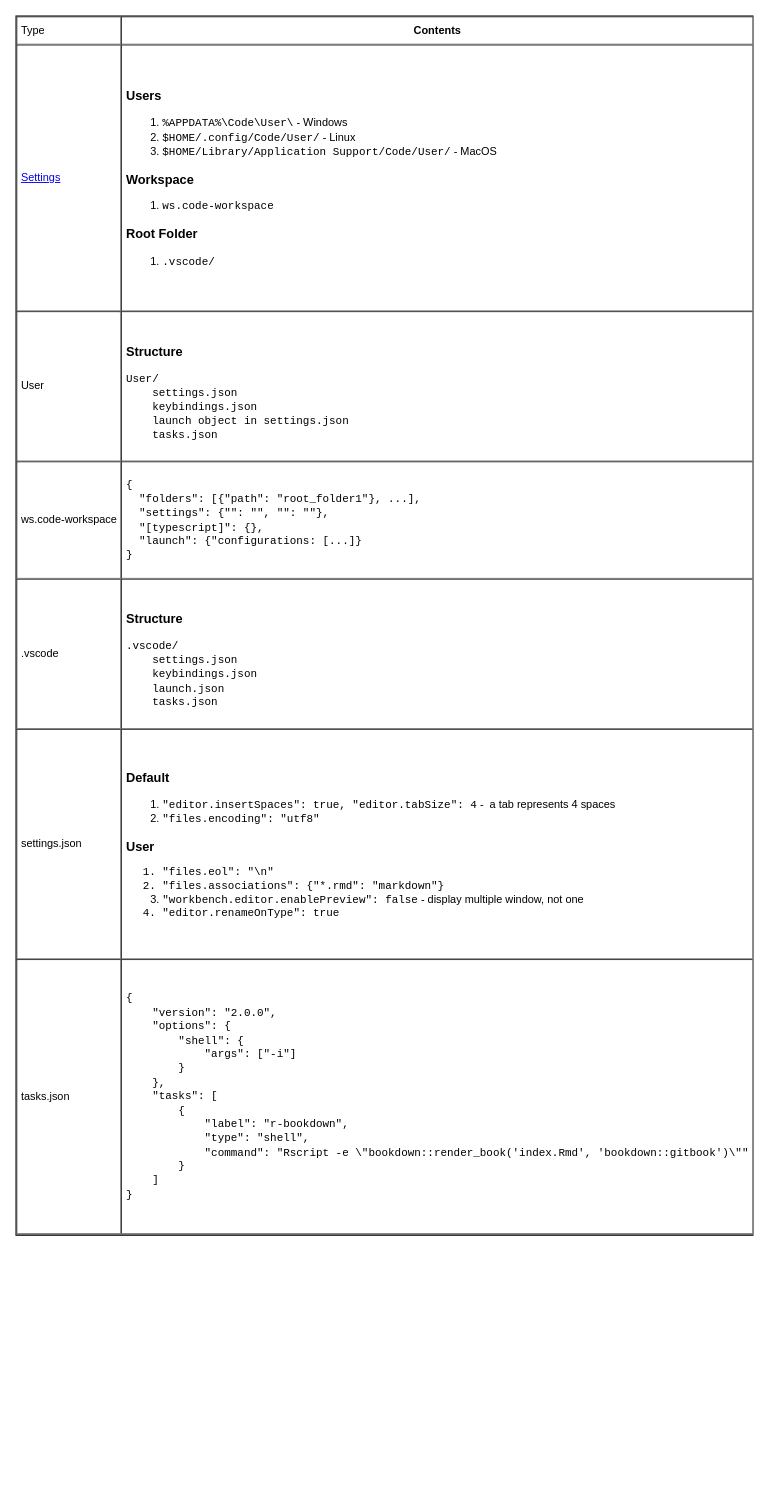
This is page "Settings" (1 of 4) of editor/vscode/vscode.drawio from yangdj/tf_docs, a draw.io file, before an edit. Source tidied: cells renumbered, new cells numbered last; positions are measured from the earlier drawing's top-left corner, leaving out a move shared by most shapes. Both pictures are drawn from the tidied source at 91%, with x=0, y=0 at pixel (15, 15).
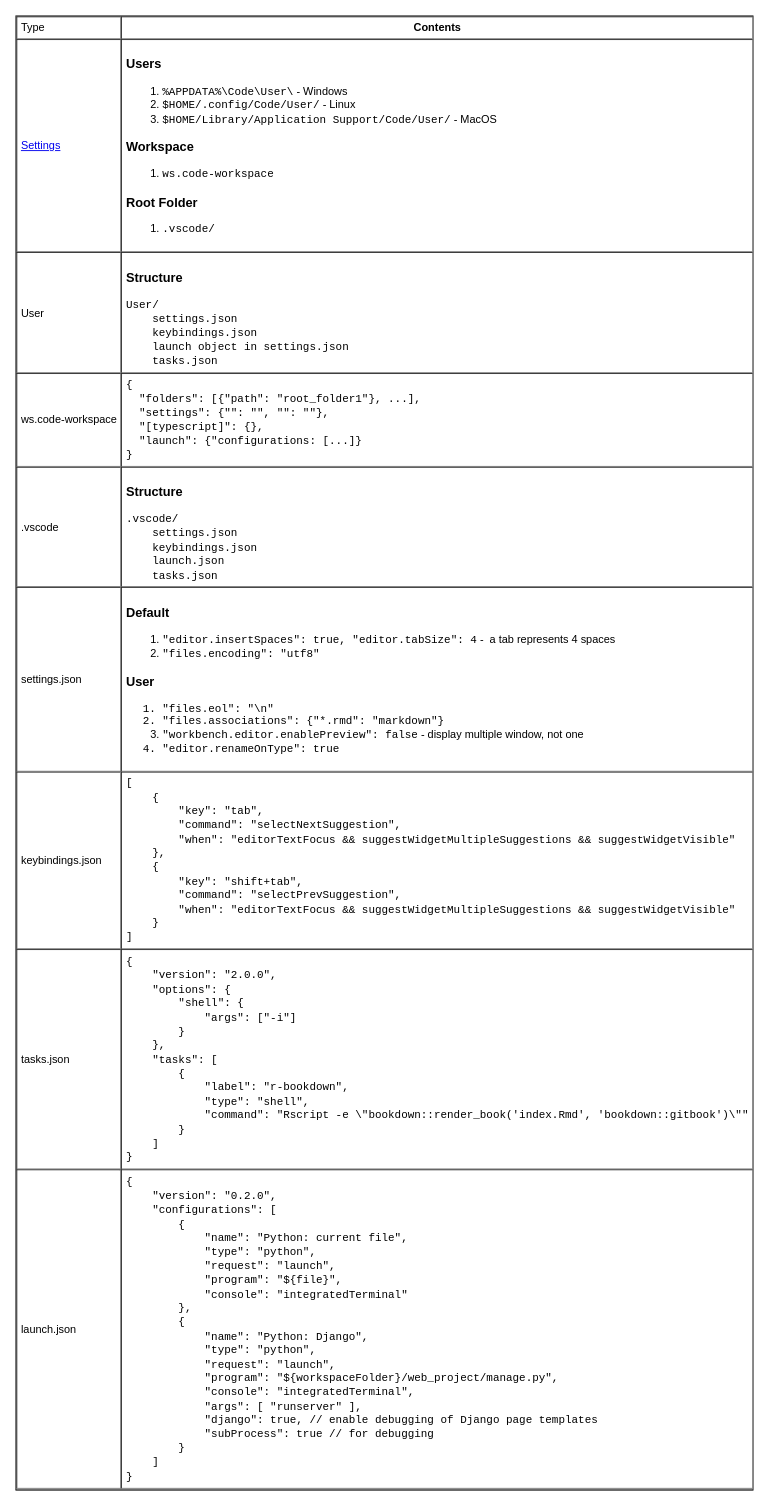
After the change.

The edit, as a diff of the source:
```diff
@@
 <mxGraphModel>
   <root>
     <mxCell id="0" />
     <mxCell id="1" parent="0" />
-    <mxCell id="2" value="&lt;table cellpadding=&quot;4&quot; cellspacing=&quot;0&quot; border=&quot;1&quot; style=&quot;font-size: 1em ; width: 100% ; height: 100%&quot;&gt;&lt;tbody&gt;&lt;tr&gt;&lt;td&gt;Type&lt;/td&gt;&lt;th style=&quot;text-align: center&quot;&gt;Contents&lt;/th&gt;&lt;/tr&gt;&lt;tr&gt;&lt;td&gt;&lt;a href=&quot;https://code.visualstudio.com/docs/getstarted/settings&quot;&gt;Settings&lt;/a&gt;&lt;/td&gt;&lt;td&gt;&lt;h3&gt;Users&lt;/h3&gt;&lt;div&gt;&lt;ol&gt;&lt;li&gt;&lt;font face=&quot;Courier New&quot;&gt;%APPDATA%\Code\User\&lt;/font&gt; - Windows&lt;/li&gt;&lt;li&gt;&lt;font face=&quot;Courier New&quot;&gt;$HOME/.config/Code/User/&lt;/font&gt; - Linux&lt;br&gt;&lt;/li&gt;&lt;li&gt;&lt;font face=&quot;Courier New&quot;&gt;$HOME/Library/Application Support/Code/User/&lt;/font&gt; - MacOS&lt;/li&gt;&lt;/ol&gt;&lt;h3&gt;Workspace&lt;/h3&gt;&lt;/div&gt;&lt;div&gt;&lt;ol&gt;&lt;li&gt;&lt;span style=&quot;font-family: &amp;#34;courier new&amp;#34; ; text-align: center&quot;&gt;ws.code-workspace&lt;/span&gt;&lt;/li&gt;&lt;/ol&gt;&lt;h3&gt;Root Folder&lt;/h3&gt;&lt;/div&gt;&lt;div&gt;&lt;ol&gt;&lt;li&gt;&lt;span style=&quot;font-family: &amp;#34;courier new&amp;#34; ; text-align: center&quot;&gt;.vscode/&lt;/span&gt;&lt;/li&gt;&lt;/ol&gt;&lt;/div&gt;&lt;/td&gt;&lt;/tr&gt;&lt;tr&gt;&lt;td&gt;User&lt;/td&gt;&lt;td&gt;&lt;h3&gt;Structure&lt;/h3&gt;&lt;div&gt;&lt;span style=&quot;font-family: &amp;#34;courier new&amp;#34; ; font-size: 1em&quot;&gt;User/&lt;/span&gt;&lt;/div&gt;&lt;div&gt;&lt;span style=&quot;font-family: &amp;#34;courier new&amp;#34; ; font-size: 1em&quot;&gt;&amp;nbsp; &amp;nbsp; settings.json&lt;/span&gt;&lt;br&gt;&lt;span style=&quot;font-family: &amp;#34;courier new&amp;#34; ; font-size: 1em&quot;&gt;&amp;nbsp; &amp;nbsp; keybindings.json&lt;/span&gt;&lt;br&gt;&lt;span style=&quot;font-family: &amp;#34;courier new&amp;#34; ; font-size: 1em&quot;&gt;&amp;nbsp; &amp;nbsp; launch object in settings.json&lt;/span&gt;&lt;br&gt;&lt;span style=&quot;font-family: &amp;#34;courier new&amp;#34; ; font-size: 1em&quot;&gt;&amp;nbsp; &amp;nbsp; tasks.json&lt;/span&gt;&lt;br&gt;&lt;/div&gt;&lt;/td&gt;&lt;/tr&gt;&lt;tr&gt;&lt;td&gt;ws.code-workspace&lt;/td&gt;&lt;td&gt;&lt;span style=&quot;font-family: &amp;#34;courier new&amp;#34;&quot;&gt;{&lt;/span&gt;&lt;br style=&quot;font-family: &amp;#34;courier new&amp;#34;&quot;&gt;&lt;span style=&quot;font-family: &amp;#34;courier new&amp;#34;&quot;&gt;&amp;nbsp; &quot;folders&quot;: [{&quot;path&quot;: &quot;root_folder1&quot;}, ...],&lt;/span&gt;&lt;br style=&quot;font-family: &amp;#34;courier new&amp;#34;&quot;&gt;&lt;font face=&quot;Courier New&quot;&gt;&amp;nbsp; &quot;settings&quot;: {&quot;&quot;: &quot;&quot;, &quot;&quot;: &quot;&quot;},&lt;br&gt;&lt;/font&gt;&lt;span style=&quot;font-family: &amp;#34;courier new&amp;#34;&quot;&gt;&amp;nbsp; &quot;[typescript]&quot;: {},&lt;/span&gt;&lt;br style=&quot;font-family: &amp;#34;courier new&amp;#34;&quot;&gt;&lt;span style=&quot;font-family: &amp;#34;courier new&amp;#34;&quot;&gt;&amp;nbsp; &quot;launch&quot;: {&quot;configurations: [...]}&lt;/span&gt;&lt;br style=&quot;font-family: &amp;#34;courier new&amp;#34;&quot;&gt;&lt;span style=&quot;font-family: &amp;#34;courier new&amp;#34;&quot;&gt;}&lt;/span&gt;&lt;br&gt;&lt;/td&gt;&lt;/tr&gt;&lt;tr&gt;&lt;td&gt;.vscode&lt;/td&gt;&lt;td&gt;&lt;h3&gt;Structure&lt;/h3&gt;&lt;div&gt;&lt;span style=&quot;font-family: &amp;#34;courier new&amp;#34; ; font-size: 1em&quot;&gt;.vscode/&lt;/span&gt;&lt;/div&gt;&lt;div&gt;&lt;span style=&quot;font-family: &amp;#34;courier new&amp;#34; ; font-size: 1em&quot;&gt;&amp;nbsp; &amp;nbsp; settings.json&lt;/span&gt;&lt;br&gt;&lt;span style=&quot;font-family: &amp;#34;courier new&amp;#34; ; font-size: 1em&quot;&gt;&amp;nbsp; &amp;nbsp; keybindings.json&lt;/span&gt;&lt;br&gt;&lt;span style=&quot;font-family: &amp;#34;courier new&amp;#34; ; font-size: 1em&quot;&gt;&amp;nbsp; &amp;nbsp; launch.json&lt;/span&gt;&lt;br&gt;&lt;span style=&quot;font-family: &amp;#34;courier new&amp;#34; ; font-size: 1em&quot;&gt;&amp;nbsp; &amp;nbsp; tasks.json&lt;/span&gt;&lt;br&gt;&lt;/div&gt;&lt;/td&gt;&lt;/tr&gt;&lt;tr&gt;&lt;td&gt;settings.json&lt;/td&gt;&lt;td&gt;&lt;h3&gt;Default&lt;/h3&gt;&lt;div&gt;&lt;ol&gt;&lt;li&gt;&lt;font face=&quot;Courier New&quot;&gt;&quot;editor.insertSpaces&quot;: true, &quot;editor.tabSize&quot;: 4&lt;/font&gt;&amp;nbsp;-&amp;nbsp; a tab represents 4 spaces&lt;/li&gt;&lt;li&gt;&lt;font face=&quot;Courier New&quot;&gt;&quot;files.encoding&quot;: &quot;utf8&quot;&lt;/font&gt;&lt;/li&gt;&lt;/ol&gt;&lt;h3&gt;User&lt;/h3&gt;&lt;/div&gt;&lt;div&gt;&lt;ol&gt;&lt;li style=&quot;font-family: &amp;#34;courier new&amp;#34;&quot;&gt;&lt;font face=&quot;Courier New&quot;&gt;&quot;files.eol&quot;: &quot;\n&quot;&lt;/font&gt;&lt;/li&gt;&lt;li style=&quot;font-family: &amp;#34;courier new&amp;#34;&quot;&gt;&lt;font face=&quot;Courier New&quot;&gt;&quot;files.associations&quot;: {&quot;*.rmd&quot;: &quot;markdown&quot;}&lt;br&gt;&lt;/font&gt;&lt;/li&gt;&lt;li&gt;&lt;font face=&quot;Courier New&quot; style=&quot;font-family: &amp;#34;courier new&amp;#34;&quot;&gt;&quot;workbench.editor.enablePreview&quot;: false&lt;/font&gt;&lt;font&gt; - &lt;/font&gt;display multiple window, not one&lt;/li&gt;&lt;li style=&quot;font-family: &amp;#34;courier new&amp;#34;&quot;&gt;&quot;editor.renameOnType&quot;: true&lt;/li&gt;&lt;/ol&gt;&lt;/div&gt;&lt;/td&gt;&lt;/tr&gt;&lt;tr&gt;&lt;td&gt;tasks.json&lt;/td&gt;&lt;td&gt;&lt;font face=&quot;Courier New&quot;&gt;{&lt;br&gt;&amp;nbsp; &amp;nbsp; &quot;version&quot;: &quot;2.0.0&quot;,&lt;br&gt;&amp;nbsp; &amp;nbsp; &quot;options&quot;: {&lt;br&gt;&amp;nbsp; &amp;nbsp; &amp;nbsp; &amp;nbsp; &quot;shell&quot;: {&lt;br&gt;&amp;nbsp; &amp;nbsp; &amp;nbsp; &amp;nbsp; &amp;nbsp; &amp;nbsp; &quot;args&quot;: [&quot;-i&quot;]&lt;br&gt;&amp;nbsp; &amp;nbsp; &amp;nbsp; &amp;nbsp; }&lt;br&gt;&amp;nbsp; &amp;nbsp; },&lt;br&gt;&amp;nbsp; &amp;nbsp; &quot;tasks&quot;: [&lt;br&gt;&amp;nbsp; &amp;nbsp; &amp;nbsp; &amp;nbsp; {&lt;br&gt;&amp;nbsp; &amp;nbsp; &amp;nbsp; &amp;nbsp; &amp;nbsp; &amp;nbsp; &quot;label&quot;: &quot;r-bookdown&quot;,&lt;br&gt;&amp;nbsp; &amp;nbsp; &amp;nbsp; &amp;nbsp; &amp;nbsp; &amp;nbsp; &quot;type&quot;: &quot;shell&quot;,&lt;br&gt;&amp;nbsp; &amp;nbsp; &amp;nbsp; &amp;nbsp; &amp;nbsp; &amp;nbsp; &quot;command&quot;: &quot;Rscript -e \&quot;bookdown::render_book('index.Rmd', 'bookdown::gitbook')\&quot;&quot;&lt;br&gt;&amp;nbsp; &amp;nbsp; &amp;nbsp; &amp;nbsp; }&lt;br&gt;&amp;nbsp; &amp;nbsp; ]&lt;br&gt;}&lt;br&gt;&lt;/font&gt;&lt;/td&gt;&lt;/tr&gt;&lt;/tbody&gt;&lt;/table&gt; " style="verticalAlign=top;align=left;overflow=fill;fontSize=12;fontFamily=Helvetica;html=1;" parent="1" vertex="1">
-      <mxGeometry width="810" height="1340" as="geometry" />
+    <mxCell id="2" value="&lt;table cellpadding=&quot;4&quot; cellspacing=&quot;0&quot; border=&quot;1&quot; style=&quot;font-size: 1em ; width: 100% ; height: 100%&quot;&gt;&lt;tbody&gt;&lt;tr&gt;&lt;td&gt;Type&lt;/td&gt;&lt;th style=&quot;text-align: center&quot;&gt;Contents&lt;/th&gt;&lt;/tr&gt;&lt;tr&gt;&lt;td&gt;&lt;a href=&quot;https://code.visualstudio.com/docs/getstarted/settings&quot;&gt;Settings&lt;/a&gt;&lt;/td&gt;&lt;td&gt;&lt;h3&gt;Users&lt;/h3&gt;&lt;div&gt;&lt;ol&gt;&lt;li&gt;&lt;font face=&quot;Courier New&quot;&gt;%APPDATA%\Code\User\&lt;/font&gt; - Windows&lt;/li&gt;&lt;li&gt;&lt;font face=&quot;Courier New&quot;&gt;$HOME/.config/Code/User/&lt;/font&gt; - Linux&lt;br&gt;&lt;/li&gt;&lt;li&gt;&lt;font face=&quot;Courier New&quot;&gt;$HOME/Library/Application Support/Code/User/&lt;/font&gt; - MacOS&lt;/li&gt;&lt;/ol&gt;&lt;h3&gt;Workspace&lt;/h3&gt;&lt;/div&gt;&lt;div&gt;&lt;ol&gt;&lt;li&gt;&lt;span style=&quot;font-family: &amp;#34;courier new&amp;#34; ; text-align: center&quot;&gt;ws.code-workspace&lt;/span&gt;&lt;/li&gt;&lt;/ol&gt;&lt;h3&gt;Root Folder&lt;/h3&gt;&lt;/div&gt;&lt;div&gt;&lt;ol&gt;&lt;li&gt;&lt;span style=&quot;font-family: &amp;#34;courier new&amp;#34; ; text-align: center&quot;&gt;.vscode/&lt;/span&gt;&lt;/li&gt;&lt;/ol&gt;&lt;/div&gt;&lt;/td&gt;&lt;/tr&gt;&lt;tr&gt;&lt;td&gt;User&lt;/td&gt;&lt;td&gt;&lt;h3&gt;Structure&lt;/h3&gt;&lt;div&gt;&lt;span style=&quot;font-family: &amp;#34;courier new&amp;#34; ; font-size: 1em&quot;&gt;User/&lt;/span&gt;&lt;/div&gt;&lt;div&gt;&lt;span style=&quot;font-family: &amp;#34;courier new&amp;#34; ; font-size: 1em&quot;&gt;&amp;nbsp; &amp;nbsp; settings.json&lt;/span&gt;&lt;br&gt;&lt;span style=&quot;font-family: &amp;#34;courier new&amp;#34; ; font-size: 1em&quot;&gt;&amp;nbsp; &amp;nbsp; keybindings.json&lt;/span&gt;&lt;br&gt;&lt;span style=&quot;font-family: &amp;#34;courier new&amp;#34; ; font-size: 1em&quot;&gt;&amp;nbsp; &amp;nbsp; launch object in settings.json&lt;/span&gt;&lt;br&gt;&lt;span style=&quot;font-family: &amp;#34;courier new&amp;#34; ; font-size: 1em&quot;&gt;&amp;nbsp; &amp;nbsp; tasks.json&lt;/span&gt;&lt;br&gt;&lt;/div&gt;&lt;/td&gt;&lt;/tr&gt;&lt;tr&gt;&lt;td&gt;ws.code-workspace&lt;/td&gt;&lt;td&gt;&lt;span style=&quot;font-family: &amp;#34;courier new&amp;#34;&quot;&gt;{&lt;/span&gt;&lt;br style=&quot;font-family: &amp;#34;courier new&amp;#34;&quot;&gt;&lt;span style=&quot;font-family: &amp;#34;courier new&amp;#34;&quot;&gt;&amp;nbsp; &quot;folders&quot;: [{&quot;path&quot;: &quot;root_folder1&quot;}, ...],&lt;/span&gt;&lt;br style=&quot;font-family: &amp;#34;courier new&amp;#34;&quot;&gt;&lt;font face=&quot;Courier New&quot;&gt;&amp;nbsp; &quot;settings&quot;: {&quot;&quot;: &quot;&quot;, &quot;&quot;: &quot;&quot;},&lt;br&gt;&lt;/font&gt;&lt;span style=&quot;font-family: &amp;#34;courier new&amp;#34;&quot;&gt;&amp;nbsp; &quot;[typescript]&quot;: {},&lt;/span&gt;&lt;br style=&quot;font-family: &amp;#34;courier new&amp;#34;&quot;&gt;&lt;span style=&quot;font-family: &amp;#34;courier new&amp;#34;&quot;&gt;&amp;nbsp; &quot;launch&quot;: {&quot;configurations: [...]}&lt;/span&gt;&lt;br style=&quot;font-family: &amp;#34;courier new&amp;#34;&quot;&gt;&lt;span style=&quot;font-family: &amp;#34;courier new&amp;#34;&quot;&gt;}&lt;/span&gt;&lt;br&gt;&lt;/td&gt;&lt;/tr&gt;&lt;tr&gt;&lt;td&gt;.vscode&lt;/td&gt;&lt;td&gt;&lt;h3&gt;Structure&lt;/h3&gt;&lt;div&gt;&lt;span style=&quot;font-family: &amp;#34;courier new&amp;#34; ; font-size: 1em&quot;&gt;.vscode/&lt;/span&gt;&lt;/div&gt;&lt;div&gt;&lt;span style=&quot;font-family: &amp;#34;courier new&amp;#34; ; font-size: 1em&quot;&gt;&amp;nbsp; &amp;nbsp; settings.json&lt;/span&gt;&lt;br&gt;&lt;span style=&quot;font-family: &amp;#34;courier new&amp;#34; ; font-size: 1em&quot;&gt;&amp;nbsp; &amp;nbsp; keybindings.json&lt;/span&gt;&lt;br&gt;&lt;span style=&quot;font-family: &amp;#34;courier new&amp;#34; ; font-size: 1em&quot;&gt;&amp;nbsp; &amp;nbsp; launch.json&lt;/span&gt;&lt;br&gt;&lt;span style=&quot;font-family: &amp;#34;courier new&amp;#34; ; font-size: 1em&quot;&gt;&amp;nbsp; &amp;nbsp; tasks.json&lt;/span&gt;&lt;br&gt;&lt;/div&gt;&lt;/td&gt;&lt;/tr&gt;&lt;tr&gt;&lt;td&gt;settings.json&lt;/td&gt;&lt;td&gt;&lt;h3&gt;Default&lt;/h3&gt;&lt;div&gt;&lt;ol&gt;&lt;li&gt;&lt;font face=&quot;Courier New&quot;&gt;&quot;editor.insertSpaces&quot;: true, &quot;editor.tabSize&quot;: 4&lt;/font&gt;&amp;nbsp;-&amp;nbsp; a tab represents 4 spaces&lt;/li&gt;&lt;li&gt;&lt;font face=&quot;Courier New&quot;&gt;&quot;files.encoding&quot;: &quot;utf8&quot;&lt;/font&gt;&lt;/li&gt;&lt;/ol&gt;&lt;h3&gt;User&lt;/h3&gt;&lt;/div&gt;&lt;div&gt;&lt;ol&gt;&lt;li style=&quot;font-family: &amp;#34;courier new&amp;#34;&quot;&gt;&lt;font face=&quot;Courier New&quot;&gt;&quot;files.eol&quot;: &quot;\n&quot;&lt;/font&gt;&lt;/li&gt;&lt;li style=&quot;font-family: &amp;#34;courier new&amp;#34;&quot;&gt;&lt;font face=&quot;Courier New&quot;&gt;&quot;files.associations&quot;: {&quot;*.rmd&quot;: &quot;markdown&quot;}&lt;br&gt;&lt;/font&gt;&lt;/li&gt;&lt;li&gt;&lt;font face=&quot;Courier New&quot; style=&quot;font-family: &amp;#34;courier new&amp;#34;&quot;&gt;&quot;workbench.editor.enablePreview&quot;: false&lt;/font&gt;&lt;font&gt; - &lt;/font&gt;display multiple window, not one&lt;/li&gt;&lt;li style=&quot;font-family: &amp;#34;courier new&amp;#34;&quot;&gt;&quot;editor.renameOnType&quot;: true&lt;/li&gt;&lt;/ol&gt;&lt;/div&gt;&lt;/td&gt;&lt;/tr&gt;&lt;tr&gt;&lt;td&gt;keybindings.json&lt;/td&gt;&lt;td&gt;&lt;font face=&quot;Courier New&quot;&gt;[&lt;br&gt;&amp;nbsp; &amp;nbsp; {&lt;br&gt;&amp;nbsp; &amp;nbsp; &amp;nbsp; &amp;nbsp; &quot;key&quot;: &quot;tab&quot;,&lt;br&gt;&amp;nbsp; &amp;nbsp; &amp;nbsp; &amp;nbsp; &quot;command&quot;: &quot;selectNextSuggestion&quot;,&lt;br&gt;&amp;nbsp; &amp;nbsp; &amp;nbsp; &amp;nbsp; &quot;when&quot;: &quot;editorTextFocus &amp;amp;&amp;amp; suggestWidgetMultipleSuggestions &amp;amp;&amp;amp; suggestWidgetVisible&quot;&lt;br&gt;&amp;nbsp; &amp;nbsp; },&lt;br&gt;&amp;nbsp; &amp;nbsp; {&lt;br&gt;&amp;nbsp; &amp;nbsp; &amp;nbsp; &amp;nbsp; &quot;key&quot;: &quot;shift+tab&quot;,&lt;br&gt;&amp;nbsp; &amp;nbsp; &amp;nbsp; &amp;nbsp; &quot;command&quot;: &quot;selectPrevSuggestion&quot;,&lt;br&gt;&amp;nbsp; &amp;nbsp; &amp;nbsp; &amp;nbsp; &quot;when&quot;: &quot;editorTextFocus &amp;amp;&amp;amp; suggestWidgetMultipleSuggestions &amp;amp;&amp;amp; suggestWidgetVisible&quot;&lt;br&gt;&amp;nbsp; &amp;nbsp; }&lt;br&gt;]&lt;br&gt;&lt;/font&gt;&lt;/td&gt;&lt;/tr&gt;&lt;tr&gt;&lt;td&gt;tasks.json&lt;/td&gt;&lt;td&gt;&lt;font face=&quot;Courier New&quot;&gt;{&lt;br&gt;&amp;nbsp; &amp;nbsp; &quot;version&quot;: &quot;2.0.0&quot;,&lt;br&gt;&amp;nbsp; &amp;nbsp; &quot;options&quot;: {&lt;br&gt;&amp;nbsp; &amp;nbsp; &amp;nbsp; &amp;nbsp; &quot;shell&quot;: {&lt;br&gt;&amp;nbsp; &amp;nbsp; &amp;nbsp; &amp;nbsp; &amp;nbsp; &amp;nbsp; &quot;args&quot;: [&quot;-i&quot;]&lt;br&gt;&amp;nbsp; &amp;nbsp; &amp;nbsp; &amp;nbsp; }&lt;br&gt;&amp;nbsp; &amp;nbsp; },&lt;br&gt;&amp;nbsp; &amp;nbsp; &quot;tasks&quot;: [&lt;br&gt;&amp;nbsp; &amp;nbsp; &amp;nbsp; &amp;nbsp; {&lt;br&gt;&amp;nbsp; &amp;nbsp; &amp;nbsp; &amp;nbsp; &amp;nbsp; &amp;nbsp; &quot;label&quot;: &quot;r-bookdown&quot;,&lt;br&gt;&amp;nbsp; &amp;nbsp; &amp;nbsp; &amp;nbsp; &amp;nbsp; &amp;nbsp; &quot;type&quot;: &quot;shell&quot;,&lt;br&gt;&amp;nbsp; &amp;nbsp; &amp;nbsp; &amp;nbsp; &amp;nbsp; &amp;nbsp; &quot;command&quot;: &quot;Rscript -e \&quot;bookdown::render_book('index.Rmd', 'bookdown::gitbook')\&quot;&quot;&lt;br&gt;&amp;nbsp; &amp;nbsp; &amp;nbsp; &amp;nbsp; }&lt;br&gt;&amp;nbsp; &amp;nbsp; ]&lt;br&gt;}&lt;br&gt;&lt;/font&gt;&lt;/td&gt;&lt;/tr&gt;&lt;tr&gt;&lt;td&gt;launch.json&lt;/td&gt;&lt;td&gt;&lt;font face=&quot;Courier New&quot;&gt;{&lt;br&gt;&amp;nbsp; &amp;nbsp; &quot;version&quot;: &quot;0.2.0&quot;,&lt;br&gt;&amp;nbsp; &amp;nbsp; &quot;configurations&quot;: [&lt;br&gt;&amp;nbsp; &amp;nbsp; &amp;nbsp; &amp;nbsp; {&lt;br&gt;&amp;nbsp; &amp;nbsp; &amp;nbsp; &amp;nbsp; &amp;nbsp; &amp;nbsp; &quot;name&quot;: &quot;Python: current file&quot;,&lt;br&gt;&amp;nbsp; &amp;nbsp; &amp;nbsp; &amp;nbsp; &amp;nbsp; &amp;nbsp; &quot;type&quot;: &quot;python&quot;,&lt;br&gt;&amp;nbsp; &amp;nbsp; &amp;nbsp; &amp;nbsp; &amp;nbsp; &amp;nbsp; &quot;request&quot;: &quot;launch&quot;,&lt;br&gt;&amp;nbsp; &amp;nbsp; &amp;nbsp; &amp;nbsp; &amp;nbsp; &amp;nbsp; &quot;program&quot;: &quot;${file}&quot;,&lt;br&gt;&amp;nbsp; &amp;nbsp; &amp;nbsp; &amp;nbsp; &amp;nbsp; &amp;nbsp; &quot;console&quot;: &quot;integratedTerminal&quot;&lt;br&gt;&amp;nbsp; &amp;nbsp; &amp;nbsp; &amp;nbsp; },&lt;br&gt;&amp;nbsp; &amp;nbsp; &amp;nbsp; &amp;nbsp; {&lt;br&gt;&amp;nbsp; &amp;nbsp; &amp;nbsp; &amp;nbsp; &amp;nbsp; &amp;nbsp; &quot;name&quot;: &quot;Python: Django&quot;,&lt;br&gt;&amp;nbsp; &amp;nbsp; &amp;nbsp; &amp;nbsp; &amp;nbsp; &amp;nbsp; &quot;type&quot;: &quot;python&quot;,&lt;br&gt;&amp;nbsp; &amp;nbsp; &amp;nbsp; &amp;nbsp; &amp;nbsp; &amp;nbsp; &quot;request&quot;: &quot;launch&quot;,&lt;br&gt;&amp;nbsp; &amp;nbsp; &amp;nbsp; &amp;nbsp; &amp;nbsp; &amp;nbsp; &quot;program&quot;: &quot;${workspaceFolder}/web_project/manage.py&quot;,&lt;br&gt;&amp;nbsp; &amp;nbsp; &amp;nbsp; &amp;nbsp; &amp;nbsp; &amp;nbsp; &quot;console&quot;: &quot;integratedTerminal&quot;,&lt;br&gt;&amp;nbsp; &amp;nbsp; &amp;nbsp; &amp;nbsp; &amp;nbsp; &amp;nbsp; &quot;args&quot;: [ &quot;runserver&quot; ],&lt;br&gt;&amp;nbsp; &amp;nbsp; &amp;nbsp; &amp;nbsp; &amp;nbsp; &amp;nbsp; &quot;django&quot;: true, // enable debugging of Django page templates&lt;br&gt;&amp;nbsp; &amp;nbsp; &amp;nbsp; &amp;nbsp; &amp;nbsp; &amp;nbsp; &quot;subProcess&quot;: true // for debugging&lt;br&gt;&amp;nbsp; &amp;nbsp; &amp;nbsp; &amp;nbsp; }&lt;br&gt;&amp;nbsp; &amp;nbsp; ]&lt;br&gt;}&lt;/font&gt;&lt;br&gt;&lt;/td&gt;&lt;/tr&gt;&lt;/tbody&gt;&lt;/table&gt; " style="verticalAlign=top;align=left;overflow=fill;fontSize=12;fontFamily=Helvetica;html=1;" parent="1" vertex="1">
+      <mxGeometry width="810" height="1620" as="geometry" />
     </mxCell>
   </root>
 </mxGraphModel>
```
